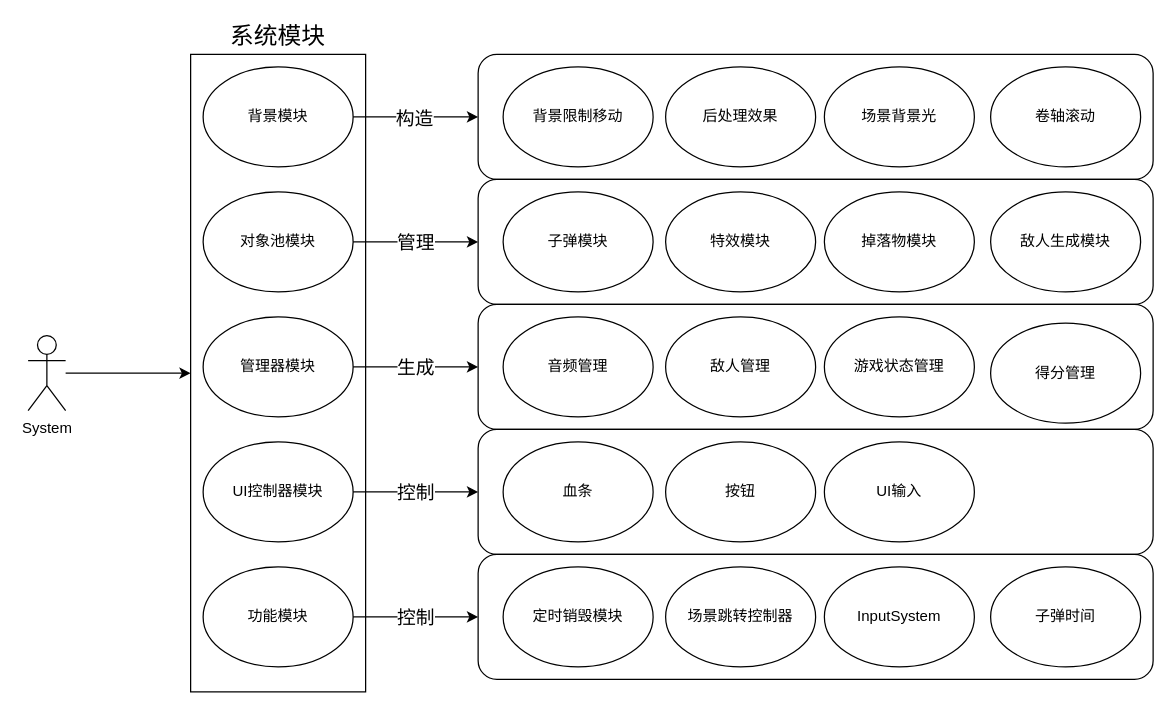
Before: page "第 3 页" (3 of 6) of 未命名绘图.drawio in ilovchara/Darw.IO, a draw.io diagram. Source tidied: cells renumbered, new cells numbered last; positions are measured from the earlier drawing's top-left corner, leaving out a move shared by most shapes. Both pictures are drawn from the tidied source at 125%, with x=0, y=0 at pixel (28, 54).
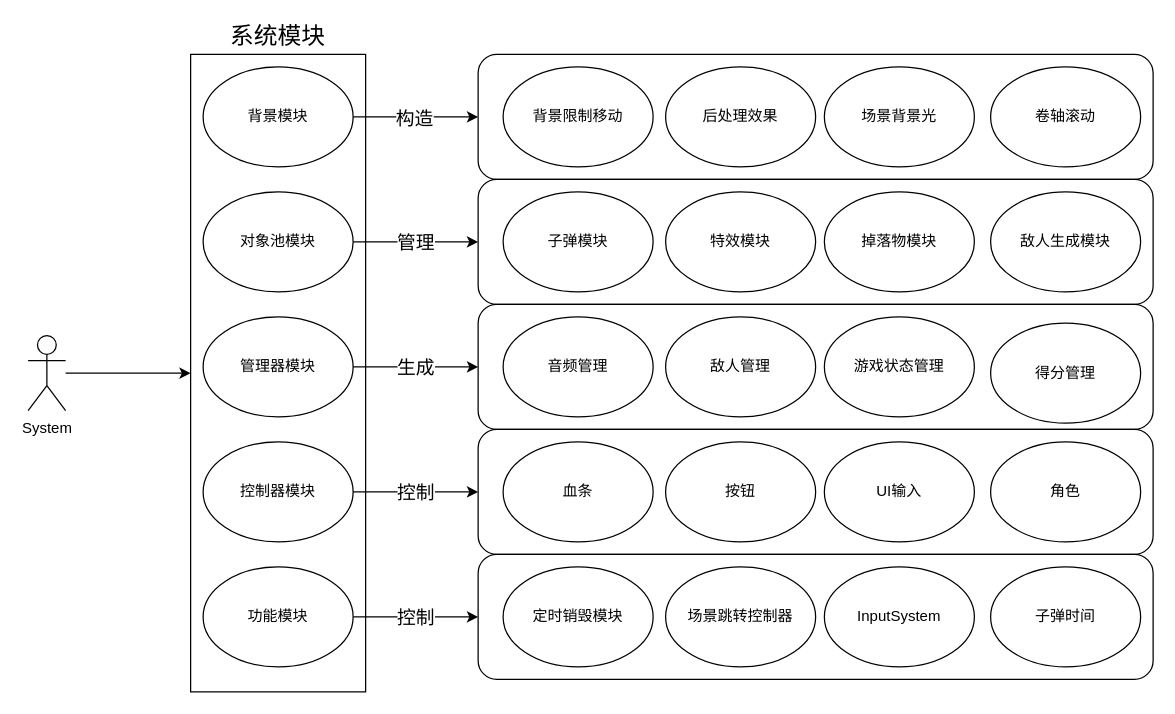
After the change.

Commit message:
更新未命名绘图.drawio

What changed in the source:
```diff
@@
-    <mxCell id="8" value="UI控制器模块" style="ellipse;whiteSpace=wrap;html=1;" parent="1" vertex="1">
+    <mxCell id="8" value="控制器模块" style="ellipse;whiteSpace=wrap;html=1;" parent="1" vertex="1">
       <mxGeometry x="140" y="310" width="120" height="80" as="geometry" />
     </mxCell>
@@
+    <mxCell id="40" value="角色" style="ellipse;whiteSpace=wrap;html=1;" parent="1" vertex="1">
+      <mxGeometry x="770" y="310" width="120" height="80" as="geometry" />
+    </mxCell>
```
